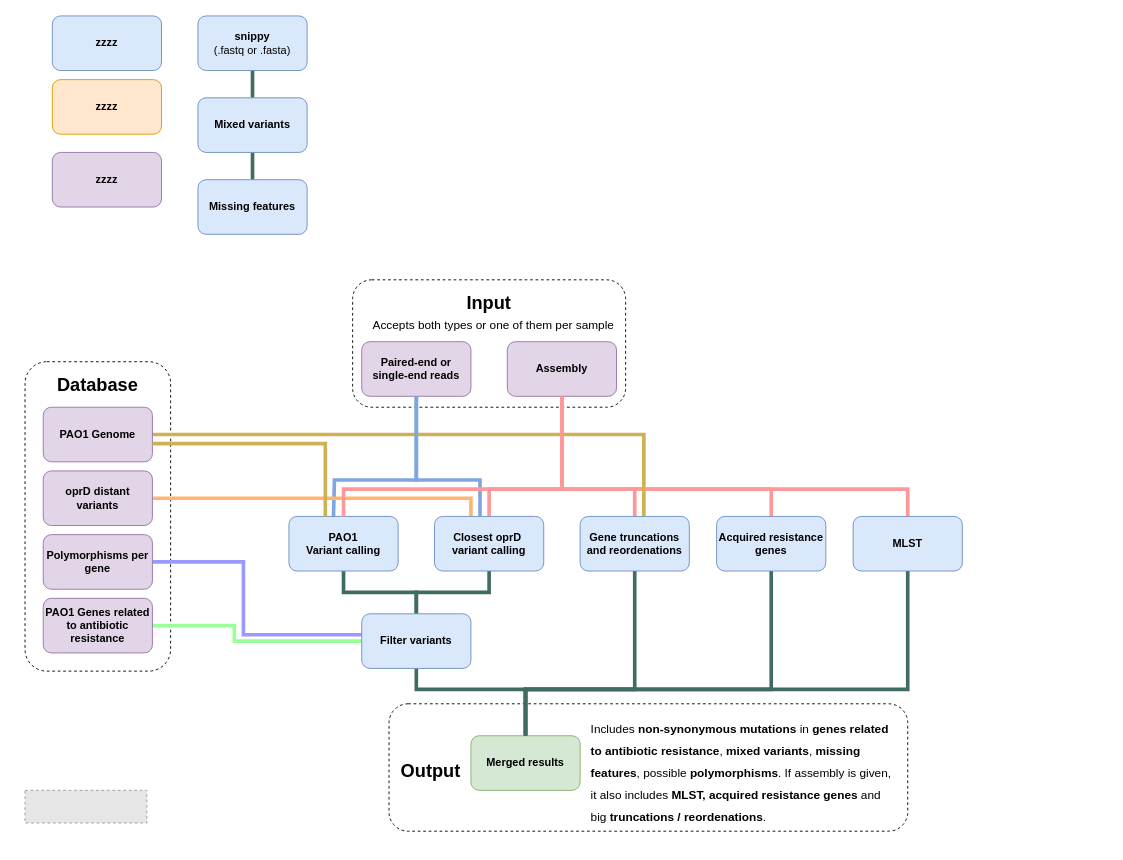
Above: arvia/data/arvia.drawio in pablo-aja-macaya/ARVIA (draw.io), before the change. Source tidied: cells renumbered, new cells numbered last; positions are measured from the earlier drawing's top-left corner, leaving out a move shared by most shapes. Both pictures are drawn from the tidied source at 91%, with x=0, y=0 at pixel (15, 15). Pictures stored in the file or linked from it are replaced by grey dashed boxes.
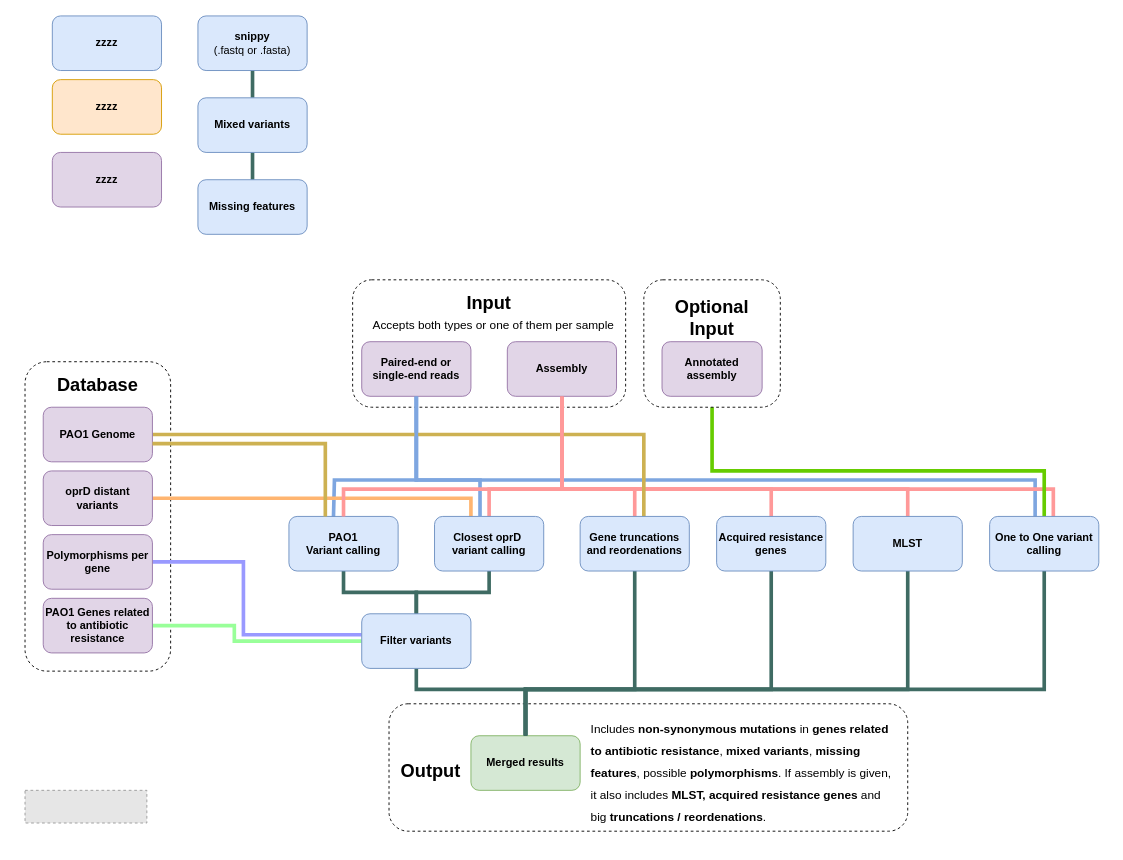
After the change.

The change refers to these unchanged cells:
```xml
<mxCell id="10" value="Paired-end or single-end reads" style="rounded=1;whiteSpace=wrap;html=1;fillColor=#e1d5e7;strokeColor=#9673a6;fontStyle=1;" parent="1" vertex="1">
  <mxGeometry x="380" y="358" width="120" height="60" as="geometry" />
</mxCell>
<mxCell id="15" value="Assembly" style="rounded=1;whiteSpace=wrap;html=1;fillColor=#e1d5e7;strokeColor=#9673a6;fontStyle=1;" parent="1" vertex="1">
  <mxGeometry x="540" y="358" width="120" height="60" as="geometry" />
</mxCell>
<mxCell id="36" value="Merged results" style="rounded=1;whiteSpace=wrap;html=1;fillColor=#d5e8d4;strokeColor=#82b366;fontStyle=1;" parent="1" vertex="1">
  <mxGeometry x="500" y="791" width="120" height="60" as="geometry" />
</mxCell>
```

What changed in the source:
```diff
@@
     <mxCell id="2" style="rounded=1;whiteSpace=wrap;html=1;fontFamily=Helvetica;fontSize=11;fontColor=default;labelBackgroundColor=default;arcSize=0;strokeColor=none;" parent="1" vertex="1">
-      <mxGeometry y="280" width="1060" height="630" as="geometry" />
+      <mxGeometry y="280" width="1200" height="630" as="geometry" />
     </mxCell>
@@
+    <mxCell id="51" style="edgeStyle=orthogonalEdgeStyle;rounded=0;jettySize=auto;html=1;strokeColor=#7EA6E0;endArrow=none;endFill=0;strokeWidth=4;" parent="1" edge="1" source="10" target="58">
+      <mxGeometry relative="1" as="geometry">
+        <Array as="points">
+          <mxPoint x="440" y="510" />
+          <mxPoint x="1120" y="510" />
+        </Array>
+      </mxGeometry>
+    </mxCell>
@@
+    <mxCell id="52" style="edgeStyle=orthogonalEdgeStyle;rounded=0;jettySize=auto;html=1;strokeColor=#FF9999;strokeWidth=4;endArrow=none;endFill=0;" parent="1" edge="1" source="15" target="58">
+      <mxGeometry relative="1" as="geometry">
+        <Array as="points">
+          <mxPoint x="600" y="520" />
+          <mxPoint x="1140" y="520" />
+        </Array>
+      </mxGeometry>
+    </mxCell>
@@
+    <mxCell id="53" value="Annotated assembly" style="rounded=1;whiteSpace=wrap;html=1;fillColor=#e1d5e7;strokeColor=#9673a6;fontStyle=1;" parent="1" vertex="1">
+      <mxGeometry x="710" y="358" width="110" height="60" as="geometry" />
+    </mxCell>
+    <mxCell id="54" style="edgeStyle=orthogonalEdgeStyle;rounded=0;jettySize=auto;html=1;entryX=0.5;entryY=0;entryDx=0;entryDy=0;endArrow=none;endFill=0;strokeColor=#66CC00;strokeWidth=4;" parent="1" edge="1" source="55" target="58">
+      <mxGeometry relative="1" as="geometry">
+        <Array as="points">
+          <mxPoint x="765" y="500" />
+          <mxPoint x="1130" y="500" />
+        </Array>
+      </mxGeometry>
+    </mxCell>
+    <mxCell id="55" style="rounded=1;whiteSpace=wrap;html=1;fillColor=none;dashed=1;" parent="1" vertex="1">
+      <mxGeometry x="690" y="290" width="150" height="140" as="geometry" />
+    </mxCell>
+    <mxCell id="56" value="Optional Input" style="text;html=1;align=center;verticalAlign=middle;whiteSpace=wrap;rounded=0;fontStyle=1;fontSize=20;" parent="1" vertex="1">
+      <mxGeometry x="735" y="316" width="60" height="30" as="geometry" />
+    </mxCell>
+    <mxCell id="57" style="edgeStyle=orthogonalEdgeStyle;rounded=0;jettySize=auto;html=1;entryX=0.5;entryY=0;entryDx=0;entryDy=0;endArrow=none;endFill=0;strokeWidth=4;strokeColor=#3F6B63;" parent="1" edge="1" source="58" target="36">
+      <mxGeometry relative="1" as="geometry">
+        <Array as="points">
+          <mxPoint x="1130" y="740" />
+          <mxPoint x="560" y="740" />
+        </Array>
+      </mxGeometry>
+    </mxCell>
+    <mxCell id="58" value="One to One variant calling" style="rounded=1;whiteSpace=wrap;html=1;fillColor=#dae8fc;strokeColor=#6c8ebf;fontStyle=1;" parent="1" vertex="1">
+      <mxGeometry x="1070" y="550" width="120" height="60" as="geometry" />
+    </mxCell>
```
